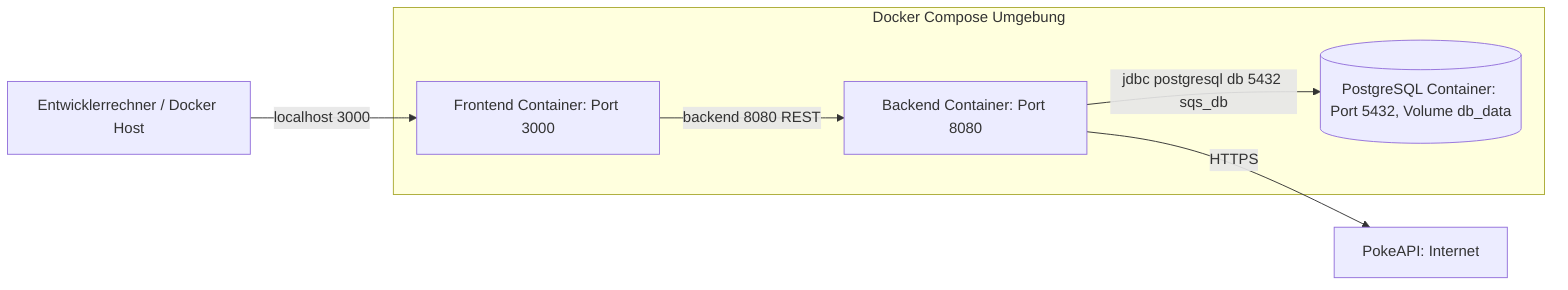
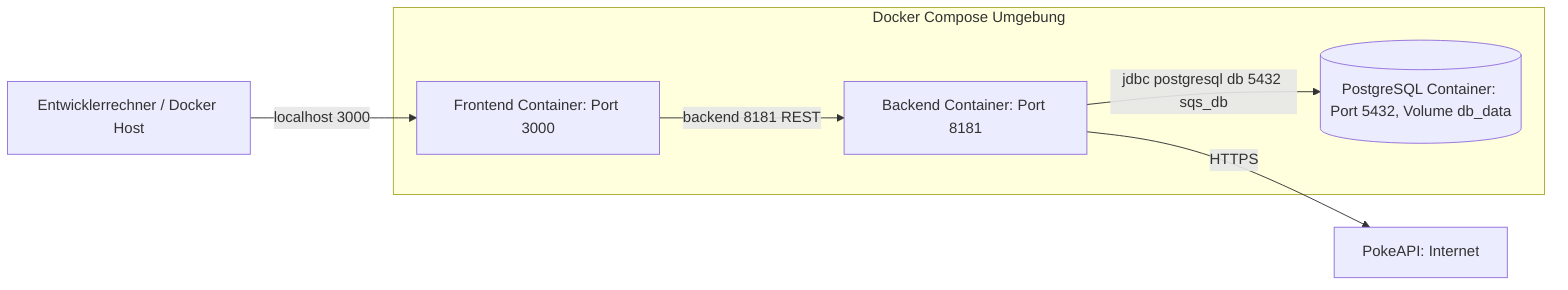
flowchart LR
    DEV["Entwicklerrechner / Docker Host"]

    subgraph COMPOSE["Docker Compose Umgebung"]
        FE["Frontend Container: Port 3000"]
-         BE["Backend Container: Port 8080"]
+         BE["Backend Container: Port 8181"]
        PG[(PostgreSQL Container: Port 5432, Volume db_data)]
    end

    POKEAPI["PokeAPI: Internet"]

    DEV -->|localhost 3000| FE
-     FE -->|backend 8080 REST| BE
+     FE -->|backend 8181 REST| BE
    BE -->|jdbc postgresql db 5432 sqs_db| PG
    BE -->|HTTPS| POKEAPI
